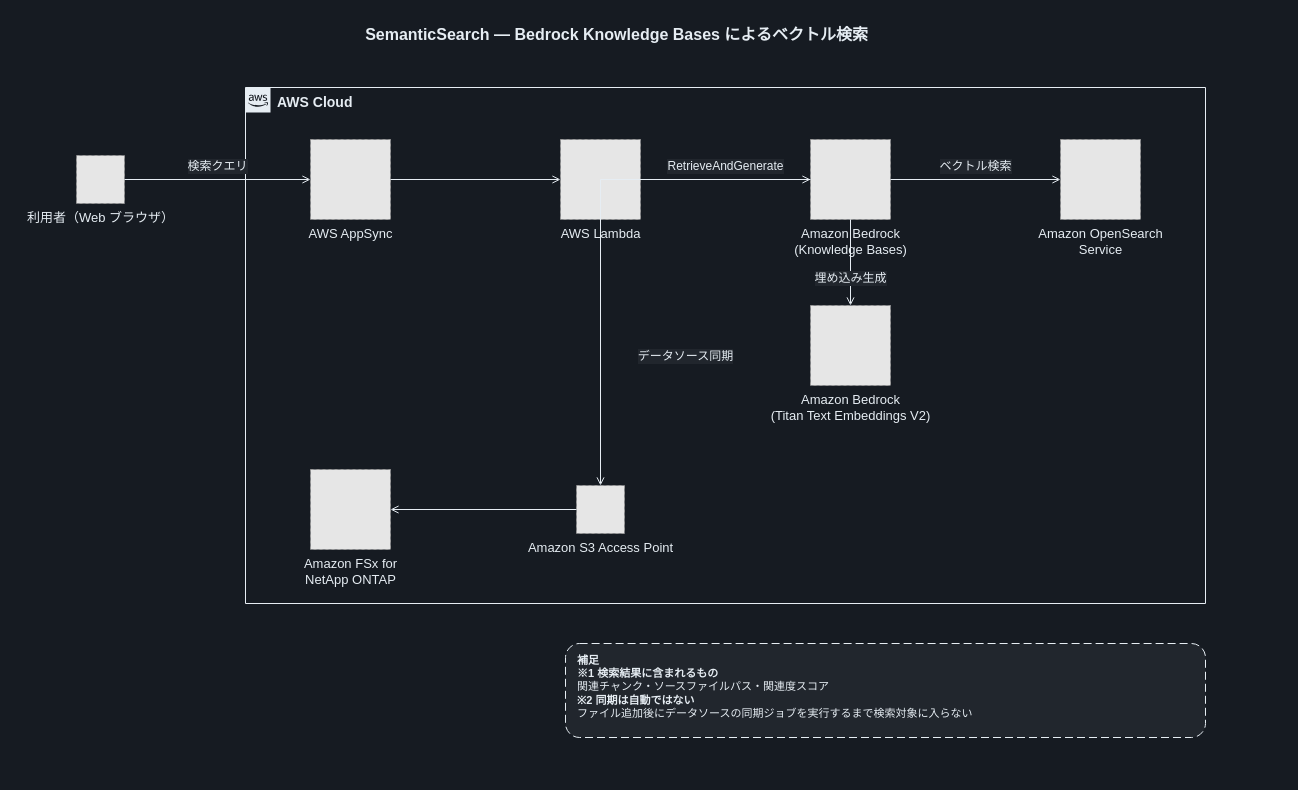
Before: docs/diagrams/dark/part3-semantic-search.drawio in Yoshiki0705/FSx-for-ONTAP-S3AccessPoints-Serverless-Patterns, a draw.io diagram. Source tidied: cells renumbered, new cells numbered last; positions are measured from the earlier drawing's top-left corner, leaving out a move shared by most shapes. Both pictures are drawn from the tidied source at 100%, with x=0, y=0 at pixel (27, 17). Pictures stored in the file or linked from it are replaced by grey dashed boxes.
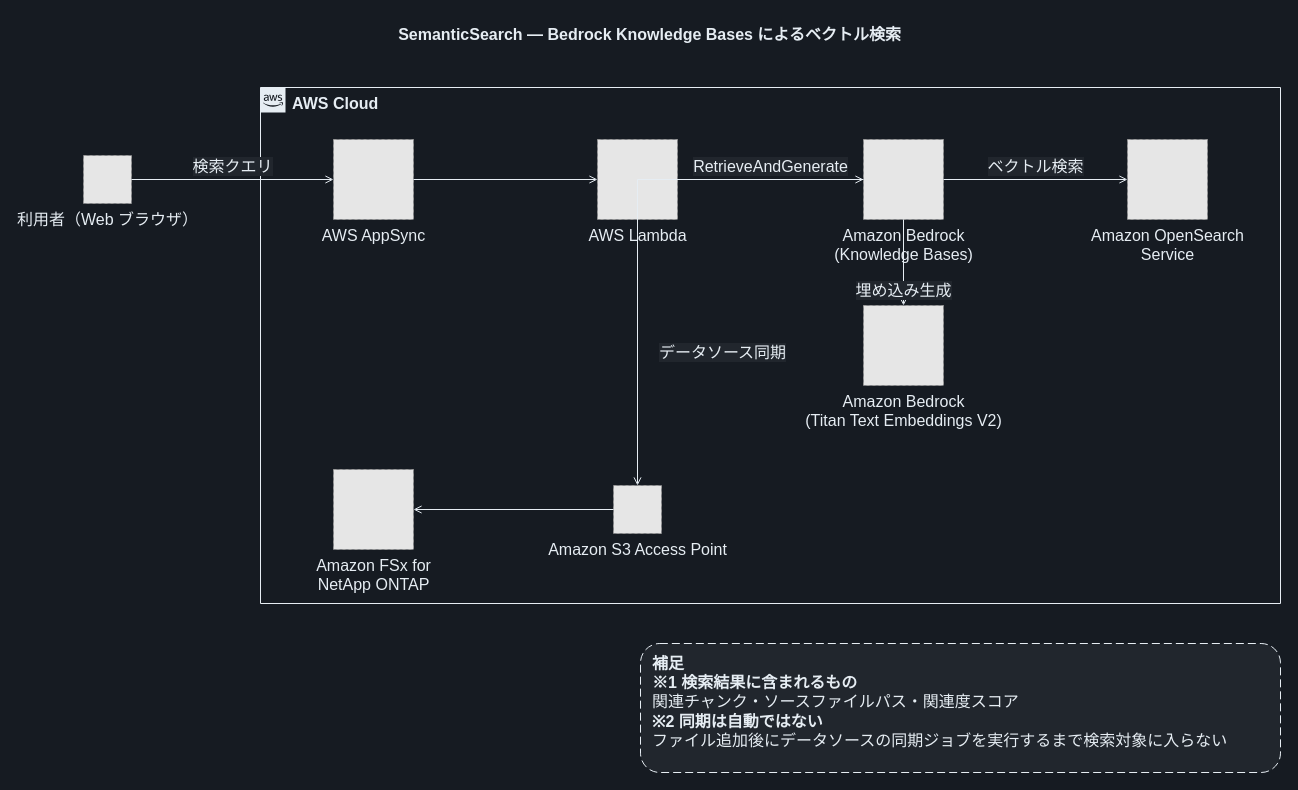
The same diagram, later.

Change to the diagram source:
```diff
@@
     <mxCell id="2" value="SemanticSearch — Bedrock Knowledge Bases によるベクトル検索" style="text;html=1;align=center;verticalAlign=middle;fontSize=16;fontStyle=1;fontColor=#E6EDF3;" parent="1" vertex="1">
-      <mxGeometry width="1178" height="34" as="geometry" />
+      <mxGeometry x="-9" width="1262" height="34" as="geometry" />
     </mxCell>
-    <mxCell id="3" value="AWS Cloud" style="gradientColor=none;html=1;whiteSpace=wrap;fontSize=14;fontStyle=1;shape=mxgraph.aws4.group;grIcon=mxgraph.aws4.group_aws_cloud_alt;strokeColor=#E6EDF3;fillColor=none;verticalAlign=top;align=left;spacingLeft=30;fontColor=#E6EDF3;dashed=0;" parent="1" vertex="1">
-      <mxGeometry x="218" y="70" width="960" height="516" as="geometry" />
+    <mxCell id="3" value="AWS Cloud" style="gradientColor=none;html=1;whiteSpace=wrap;fontSize=16;fontStyle=1;shape=mxgraph.aws4.group;grIcon=mxgraph.aws4.group_aws_cloud_alt;strokeColor=#E6EDF3;fillColor=none;verticalAlign=top;align=left;spacingLeft=30;fontColor=#E6EDF3;dashed=0;" parent="1" vertex="1">
+      <mxGeometry x="233" y="70" width="1020" height="516" as="geometry" />
     </mxCell>
-    <mxCell id="4" value="利用者（Web ブラウザ）" style="fillColor=#E6E6E6;strokeColor=#999999;dashed=1;html=1;verticalLabelPosition=bottom;verticalAlign=top;labelPosition=center;align=center;fontSize=13;fontColor=#E6EDF3;" parent="1" vertex="1">
-      <mxGeometry x="49" y="138" width="48" height="48" as="geometry" />
+    <mxCell id="4" value="利用者（Web ブラウザ）" style="fillColor=#E6E6E6;strokeColor=#999999;dashed=1;html=1;verticalLabelPosition=bottom;verticalAlign=top;labelPosition=center;align=center;fontSize=16;fontColor=#E6EDF3;" parent="1" vertex="1">
+      <mxGeometry x="56" y="138" width="48" height="48" as="geometry" />
     </mxCell>
-    <mxCell id="5" value="AWS AppSync" style="fillColor=#E6E6E6;strokeColor=#999999;dashed=1;html=1;verticalLabelPosition=bottom;verticalAlign=top;labelPosition=center;align=center;fontSize=13;fontColor=#E6EDF3;" parent="1" vertex="1">
-      <mxGeometry x="283" y="122" width="80" height="80" as="geometry" />
+    <mxCell id="5" value="AWS AppSync" style="fillColor=#E6E6E6;strokeColor=#999999;dashed=1;html=1;verticalLabelPosition=bottom;verticalAlign=top;labelPosition=center;align=center;fontSize=16;fontColor=#E6EDF3;" parent="1" vertex="1">
+      <mxGeometry x="306" y="122" width="80" height="80" as="geometry" />
     </mxCell>
-    <mxCell id="6" value="AWS Lambda" style="fillColor=#E6E6E6;strokeColor=#999999;dashed=1;html=1;verticalLabelPosition=bottom;verticalAlign=top;labelPosition=center;align=center;fontSize=13;fontColor=#E6EDF3;" parent="1" vertex="1">
-      <mxGeometry x="533" y="122" width="80" height="80" as="geometry" />
+    <mxCell id="6" value="AWS Lambda" style="fillColor=#E6E6E6;strokeColor=#999999;dashed=1;html=1;verticalLabelPosition=bottom;verticalAlign=top;labelPosition=center;align=center;fontSize=16;fontColor=#E6EDF3;" parent="1" vertex="1">
+      <mxGeometry x="570" y="122" width="80" height="80" as="geometry" />
     </mxCell>
-    <mxCell id="7" value="Amazon Bedrock&lt;br&gt;(Knowledge Bases)" style="fillColor=#E6E6E6;strokeColor=#999999;dashed=1;html=1;verticalLabelPosition=bottom;verticalAlign=top;labelPosition=center;align=center;fontSize=13;fontColor=#E6EDF3;" parent="1" vertex="1">
-      <mxGeometry x="783" y="122" width="80" height="80" as="geometry" />
+    <mxCell id="7" value="Amazon Bedrock&lt;br&gt;(Knowledge Bases)" style="fillColor=#E6E6E6;strokeColor=#999999;dashed=1;html=1;verticalLabelPosition=bottom;verticalAlign=top;labelPosition=center;align=center;fontSize=16;fontColor=#E6EDF3;" parent="1" vertex="1">
+      <mxGeometry x="836" y="122" width="80" height="80" as="geometry" />
     </mxCell>
-    <mxCell id="8" value="Amazon OpenSearch&lt;br&gt;Service" style="fillColor=#E6E6E6;strokeColor=#999999;dashed=1;html=1;verticalLabelPosition=bottom;verticalAlign=top;labelPosition=center;align=center;fontSize=13;fontColor=#E6EDF3;" parent="1" vertex="1">
-      <mxGeometry x="1033" y="122" width="80" height="80" as="geometry" />
+    <mxCell id="8" value="Amazon OpenSearch&lt;br&gt;Service" style="fillColor=#E6E6E6;strokeColor=#999999;dashed=1;html=1;verticalLabelPosition=bottom;verticalAlign=top;labelPosition=center;align=center;fontSize=16;fontColor=#E6EDF3;" parent="1" vertex="1">
+      <mxGeometry x="1100" y="122" width="80" height="80" as="geometry" />
     </mxCell>
-    <mxCell id="9" value="Amazon Bedrock&lt;br&gt;(Titan Text Embeddings V2)" style="fillColor=#E6E6E6;strokeColor=#999999;dashed=1;html=1;verticalLabelPosition=bottom;verticalAlign=top;labelPosition=center;align=center;fontSize=13;fontColor=#E6EDF3;" parent="1" vertex="1">
-      <mxGeometry x="783" y="288" width="80" height="80" as="geometry" />
+    <mxCell id="9" value="Amazon Bedrock&lt;br&gt;(Titan Text Embeddings V2)" style="fillColor=#E6E6E6;strokeColor=#999999;dashed=1;html=1;verticalLabelPosition=bottom;verticalAlign=top;labelPosition=center;align=center;fontSize=16;fontColor=#E6EDF3;" parent="1" vertex="1">
+      <mxGeometry x="836" y="288" width="80" height="80" as="geometry" />
     </mxCell>
-    <mxCell id="10" value="Amazon S3 Access Point" style="fillColor=#E6E6E6;strokeColor=#999999;dashed=1;html=1;verticalLabelPosition=bottom;verticalAlign=top;labelPosition=center;align=center;fontSize=13;fontColor=#E6EDF3;" parent="1" vertex="1">
-      <mxGeometry x="549" y="468" width="48" height="48" as="geometry" />
+    <mxCell id="10" value="Amazon S3 Access Point" style="fillColor=#E6E6E6;strokeColor=#999999;dashed=1;html=1;verticalLabelPosition=bottom;verticalAlign=top;labelPosition=center;align=center;fontSize=16;fontColor=#E6EDF3;" parent="1" vertex="1">
+      <mxGeometry x="586" y="468" width="48" height="48" as="geometry" />
     </mxCell>
-    <mxCell id="11" value="Amazon FSx for&lt;br&gt;NetApp ONTAP" style="fillColor=#E6E6E6;strokeColor=#999999;dashed=1;html=1;verticalLabelPosition=bottom;verticalAlign=top;labelPosition=center;align=center;fontSize=13;fontColor=#E6EDF3;" parent="1" vertex="1">
-      <mxGeometry x="283" y="452" width="80" height="80" as="geometry" />
+    <mxCell id="11" value="Amazon FSx for&lt;br&gt;NetApp ONTAP" style="fillColor=#E6E6E6;strokeColor=#999999;dashed=1;html=1;verticalLabelPosition=bottom;verticalAlign=top;labelPosition=center;align=center;fontSize=16;fontColor=#E6EDF3;" parent="1" vertex="1">
+      <mxGeometry x="306" y="452" width="80" height="80" as="geometry" />
     </mxCell>
-    <mxCell id="12" value="検索クエリ" style="edgeStyle=orthogonalEdgeStyle;rounded=0;jettySize=auto;html=1;endArrow=open;endFill=0;strokeColor=#E6EDF3;strokeWidth=1;fontSize=12;fontColor=#E6EDF3;labelBackgroundColor=#21262D;" parent="1" edge="1" source="4" target="5">
+    <mxCell id="12" value="検索クエリ" style="edgeStyle=orthogonalEdgeStyle;rounded=0;jettySize=auto;html=1;endArrow=open;endFill=0;strokeColor=#E6EDF3;strokeWidth=1;fontSize=16;fontColor=#E6EDF3;labelBackgroundColor=#21262D;" parent="1" edge="1" source="4" target="5">
       <mxGeometry relative="1" as="geometry">
         <mxPoint y="-13" as="offset" />
       </mxGeometry>
     </mxCell>
-    <mxCell id="13" style="edgeStyle=orthogonalEdgeStyle;rounded=0;jettySize=auto;html=1;endArrow=open;endFill=0;strokeColor=#E6EDF3;strokeWidth=1;fontSize=12;fontColor=#E6EDF3;labelBackgroundColor=#21262D;" parent="1" edge="1" source="5" target="6">
+    <mxCell id="13" style="edgeStyle=orthogonalEdgeStyle;rounded=0;jettySize=auto;html=1;endArrow=open;endFill=0;strokeColor=#E6EDF3;strokeWidth=1;fontSize=16;fontColor=#E6EDF3;labelBackgroundColor=#21262D;" parent="1" edge="1" source="5" target="6">
       <mxGeometry relative="1" as="geometry" />
     </mxCell>
-    <mxCell id="14" value="RetrieveAndGenerate" style="edgeStyle=orthogonalEdgeStyle;rounded=0;jettySize=auto;html=1;endArrow=open;endFill=0;strokeColor=#E6EDF3;strokeWidth=1;fontSize=12;fontColor=#E6EDF3;labelBackgroundColor=#21262D;" parent="1" edge="1" source="6" target="7">
+    <mxCell id="14" value="RetrieveAndGenerate" style="edgeStyle=orthogonalEdgeStyle;rounded=0;jettySize=auto;html=1;endArrow=open;endFill=0;strokeColor=#E6EDF3;strokeWidth=1;fontSize=16;fontColor=#E6EDF3;labelBackgroundColor=#21262D;" parent="1" edge="1" source="6" target="7">
       <mxGeometry relative="1" as="geometry">
         <mxPoint y="-13" as="offset" />
       </mxGeometry>
     </mxCell>
-    <mxCell id="15" value="ベクトル検索" style="edgeStyle=orthogonalEdgeStyle;rounded=0;jettySize=auto;html=1;endArrow=open;endFill=0;strokeColor=#E6EDF3;strokeWidth=1;fontSize=12;fontColor=#E6EDF3;labelBackgroundColor=#21262D;" parent="1" edge="1" source="7" target="8">
+    <mxCell id="15" value="ベクトル検索" style="edgeStyle=orthogonalEdgeStyle;rounded=0;jettySize=auto;html=1;endArrow=open;endFill=0;strokeColor=#E6EDF3;strokeWidth=1;fontSize=16;fontColor=#E6EDF3;labelBackgroundColor=#21262D;" parent="1" edge="1" source="7" target="8">
       <mxGeometry relative="1" as="geometry">
         <mxPoint y="-13" as="offset" />
       </mxGeometry>
     </mxCell>
-    <mxCell id="16" value="埋め込み生成" style="edgeStyle=orthogonalEdgeStyle;rounded=0;jettySize=auto;html=1;endArrow=open;endFill=0;strokeColor=#E6EDF3;strokeWidth=1;fontSize=12;fontColor=#E6EDF3;labelBackgroundColor=#21262D;" parent="1" edge="1" source="7" target="9">
+    <mxCell id="16" value="埋め込み生成" style="edgeStyle=orthogonalEdgeStyle;rounded=0;jettySize=auto;html=1;endArrow=open;endFill=0;strokeColor=#E6EDF3;strokeWidth=1;fontSize=16;fontColor=#E6EDF3;labelBackgroundColor=#21262D;" parent="1" edge="1" source="7" target="9">
       <mxGeometry relative="1" as="geometry">
-        <mxPoint y="16" as="offset" />
+        <mxPoint y="28" as="offset" />
       </mxGeometry>
     </mxCell>
-    <mxCell id="17" value="データソース同期" style="edgeStyle=orthogonalEdgeStyle;rounded=0;jettySize=auto;html=1;endArrow=open;endFill=0;strokeColor=#E6EDF3;strokeWidth=1;fontSize=12;fontColor=#E6EDF3;labelBackgroundColor=#21262D;" parent="1" edge="1" source="7" target="10">
+    <mxCell id="17" value="データソース同期" style="edgeStyle=orthogonalEdgeStyle;rounded=0;jettySize=auto;html=1;endArrow=open;endFill=0;strokeColor=#E6EDF3;strokeWidth=1;fontSize=16;fontColor=#E6EDF3;labelBackgroundColor=#21262D;" parent="1" edge="1" source="7" target="10">
       <mxGeometry x="0.5" relative="1" as="geometry">
         <mxPoint x="85" as="offset" />
       </mxGeometry>
     </mxCell>
-    <mxCell id="18" style="edgeStyle=orthogonalEdgeStyle;rounded=0;jettySize=auto;html=1;endArrow=open;endFill=0;strokeColor=#E6EDF3;strokeWidth=1;fontSize=12;fontColor=#E6EDF3;labelBackgroundColor=#21262D;" parent="1" edge="1" source="10" target="11">
+    <mxCell id="18" style="edgeStyle=orthogonalEdgeStyle;rounded=0;jettySize=auto;html=1;endArrow=open;endFill=0;strokeColor=#E6EDF3;strokeWidth=1;fontSize=16;fontColor=#E6EDF3;labelBackgroundColor=#21262D;" parent="1" edge="1" source="10" target="11">
       <mxGeometry relative="1" as="geometry" />
     </mxCell>
-    <mxCell id="19" value="&lt;b&gt;補足&lt;/b&gt;&lt;br&gt;&lt;b&gt;※1 検索結果に含まれるもの&lt;/b&gt;&lt;br&gt;関連チャンク・ソースファイルパス・関連度スコア&lt;br&gt;&lt;b&gt;※2 同期は自動ではない&lt;/b&gt;&lt;br&gt;ファイル追加後にデータソースの同期ジョブを実行するまで検索対象に入らない" style="rounded=1;whiteSpace=wrap;html=1;dashed=1;dashPattern=8 4;strokeColor=#E6EDF3;fillColor=#21262D;align=left;verticalAlign=top;spacingLeft=10;spacingTop=4;fontSize=11;fontColor=#E6EDF3;" parent="1" vertex="1">
-      <mxGeometry x="538" y="626" width="640" height="94" as="geometry" />
+    <mxCell id="19" value="&lt;b&gt;補足&lt;/b&gt;&lt;br&gt;&lt;b&gt;※1 検索結果に含まれるもの&lt;/b&gt;&lt;br&gt;関連チャンク・ソースファイルパス・関連度スコア&lt;br&gt;&lt;b&gt;※2 同期は自動ではない&lt;/b&gt;&lt;br&gt;ファイル追加後にデータソースの同期ジョブを実行するまで検索対象に入らない" style="rounded=1;whiteSpace=wrap;html=1;dashed=1;dashPattern=8 4;strokeColor=#E6EDF3;fillColor=#21262D;align=left;verticalAlign=top;spacingLeft=10;spacingTop=4;fontSize=16;fontColor=#E6EDF3;" parent="1" vertex="1">
+      <mxGeometry x="613" y="626" width="640" height="129" as="geometry" />
     </mxCell>
```
